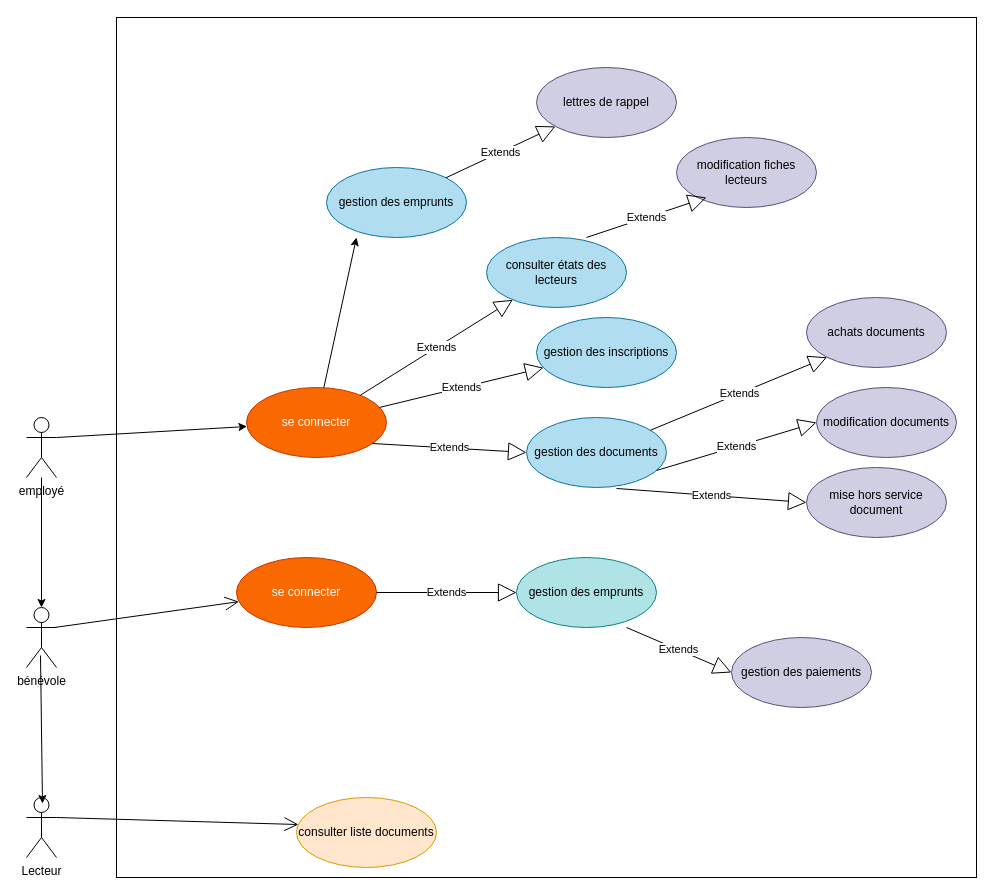
Before: page "cas d'utilisation" (1 of 4) of CDA/UML mediatheque.drawio in AlexandreLourencinho/afpa, a draw.io diagram. Source tidied: cells renumbered, new cells numbered last; positions are measured from the earlier drawing's top-left corner, leaving out a move shared by most shapes. Both pictures are drawn from the tidied source at 100%, with x=0, y=0 at pixel (26, 17).
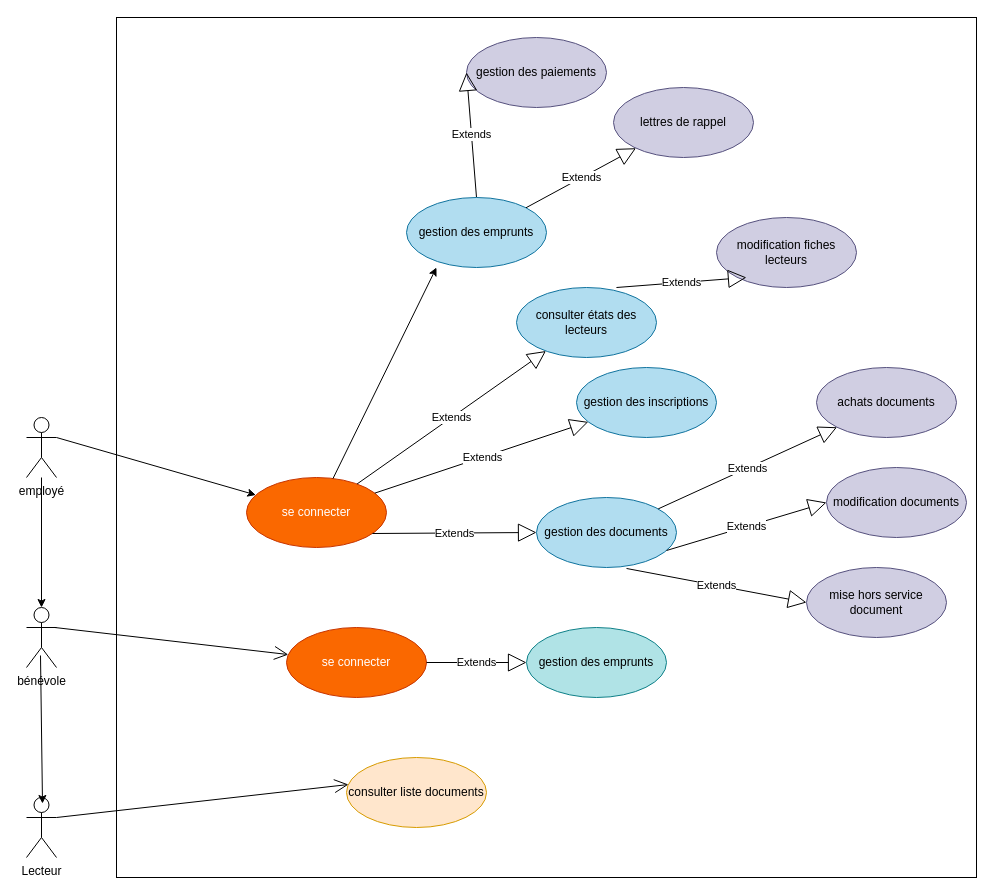
The same diagram, later.

Change to the diagram source:
```diff
@@
     <mxCell id="6" value="consulter liste documents" style="ellipse;whiteSpace=wrap;html=1;fillColor=#ffe6cc;strokeColor=#d79b00;" parent="1" vertex="1">
-      <mxGeometry x="270" y="780" width="140" height="70" as="geometry" />
+      <mxGeometry x="320" y="740" width="140" height="70" as="geometry" />
     </mxCell>
@@
     <mxCell id="11" value="se connecter" style="ellipse;whiteSpace=wrap;html=1;labelBackgroundColor=none;fillColor=#fa6800;strokeColor=#C73500;fontColor=#ffffff;" parent="1" vertex="1">
-      <mxGeometry x="220" y="370" width="140" height="70" as="geometry" />
+      <mxGeometry x="220" y="460" width="140" height="70" as="geometry" />
     </mxCell>
@@
     <mxCell id="13" value="se connecter" style="ellipse;whiteSpace=wrap;html=1;fillColor=#fa6800;strokeColor=#C73500;fontColor=#ffffff;" parent="1" vertex="1">
-      <mxGeometry x="210" y="540" width="140" height="70" as="geometry" />
+      <mxGeometry x="260" y="610" width="140" height="70" as="geometry" />
     </mxCell>
     <mxCell id="14" value="gestion des emprunts" style="ellipse;whiteSpace=wrap;html=1;fillColor=#b0e3e6;strokeColor=#0e8088;" parent="1" vertex="1">
-      <mxGeometry x="490" y="540" width="140" height="70" as="geometry" />
+      <mxGeometry x="500" y="610" width="140" height="70" as="geometry" />
     </mxCell>
@@
     <mxCell id="16" value="consulter états des lecteurs" style="ellipse;whiteSpace=wrap;html=1;fillColor=#b1ddf0;strokeColor=#10739e;" parent="1" vertex="1">
-      <mxGeometry x="460" y="220" width="140" height="70" as="geometry" />
+      <mxGeometry x="490" y="270" width="140" height="70" as="geometry" />
     </mxCell>
@@
     <mxCell id="18" value="gestion des inscriptions" style="ellipse;whiteSpace=wrap;html=1;fillColor=#b1ddf0;strokeColor=#10739e;" parent="1" vertex="1">
-      <mxGeometry x="510" y="300" width="140" height="70" as="geometry" />
+      <mxGeometry x="550" y="350" width="140" height="70" as="geometry" />
     </mxCell>
     <mxCell id="19" value="gestion des documents" style="ellipse;whiteSpace=wrap;html=1;fillColor=#b1ddf0;strokeColor=#10739e;" parent="1" vertex="1">
-      <mxGeometry x="500" y="400" width="140" height="70" as="geometry" />
+      <mxGeometry x="510" y="480" width="140" height="70" as="geometry" />
     </mxCell>
@@
     <mxCell id="22" value="achats documents" style="ellipse;whiteSpace=wrap;html=1;fillColor=#d0cee2;strokeColor=#56517e;" parent="1" vertex="1">
-      <mxGeometry x="780" y="280" width="140" height="70" as="geometry" />
+      <mxGeometry x="790" y="350" width="140" height="70" as="geometry" />
     </mxCell>
     <mxCell id="23" value="modification documents" style="ellipse;whiteSpace=wrap;html=1;fillColor=#d0cee2;strokeColor=#56517e;" parent="1" vertex="1">
-      <mxGeometry x="790" y="370" width="140" height="70" as="geometry" />
+      <mxGeometry x="800" y="450" width="140" height="70" as="geometry" />
     </mxCell>
@@
     <mxCell id="26" value="mise hors service document" style="ellipse;whiteSpace=wrap;html=1;fillColor=#d0cee2;strokeColor=#56517e;" parent="1" vertex="1">
-      <mxGeometry x="780" y="450" width="140" height="70" as="geometry" />
+      <mxGeometry x="780" y="550" width="140" height="70" as="geometry" />
     </mxCell>
@@
     <mxCell id="28" value="modification fiches lecteurs" style="ellipse;whiteSpace=wrap;html=1;fillColor=#d0cee2;strokeColor=#56517e;" parent="1" vertex="1">
-      <mxGeometry x="650" y="120" width="140" height="70" as="geometry" />
+      <mxGeometry x="690" y="200" width="140" height="70" as="geometry" />
     </mxCell>
@@
     <mxCell id="30" value="gestion des paiements" style="ellipse;whiteSpace=wrap;html=1;fillColor=#d0cee2;strokeColor=#56517e;" parent="1" vertex="1">
-      <mxGeometry x="705" y="620" width="140" height="70" as="geometry" />
+      <mxGeometry x="440" y="20" width="140" height="70" as="geometry" />
     </mxCell>
-    <mxCell id="31" value="Extends" style="endArrow=block;endSize=16;endFill=0;html=1;exitX=0.786;exitY=1;exitDx=0;exitDy=0;entryX=0;entryY=0.5;entryDx=0;entryDy=0;exitPerimeter=0;" parent="1" edge="1" source="14" target="30">
+    <mxCell id="31" value="Extends" style="endArrow=block;endSize=16;endFill=0;html=1;exitX=0.5;exitY=0;exitDx=0;exitDy=0;entryX=0;entryY=0.5;entryDx=0;entryDy=0;" parent="1" edge="1" source="32" target="30">
       <mxGeometry relative="1" as="geometry" />
     </mxCell>
     <mxCell id="32" value="gestion des emprunts" style="ellipse;whiteSpace=wrap;html=1;fillColor=#b1ddf0;strokeColor=#10739e;" parent="1" vertex="1">
-      <mxGeometry x="300" y="150" width="140" height="70" as="geometry" />
+      <mxGeometry x="380" y="180" width="140" height="70" as="geometry" />
     </mxCell>
@@
     <mxCell id="35" value="lettres de rappel" style="ellipse;whiteSpace=wrap;html=1;fillColor=#d0cee2;strokeColor=#56517e;" parent="1" vertex="1">
-      <mxGeometry x="510" y="50" width="140" height="70" as="geometry" />
+      <mxGeometry x="587" y="70" width="140" height="70" as="geometry" />
     </mxCell>
```
